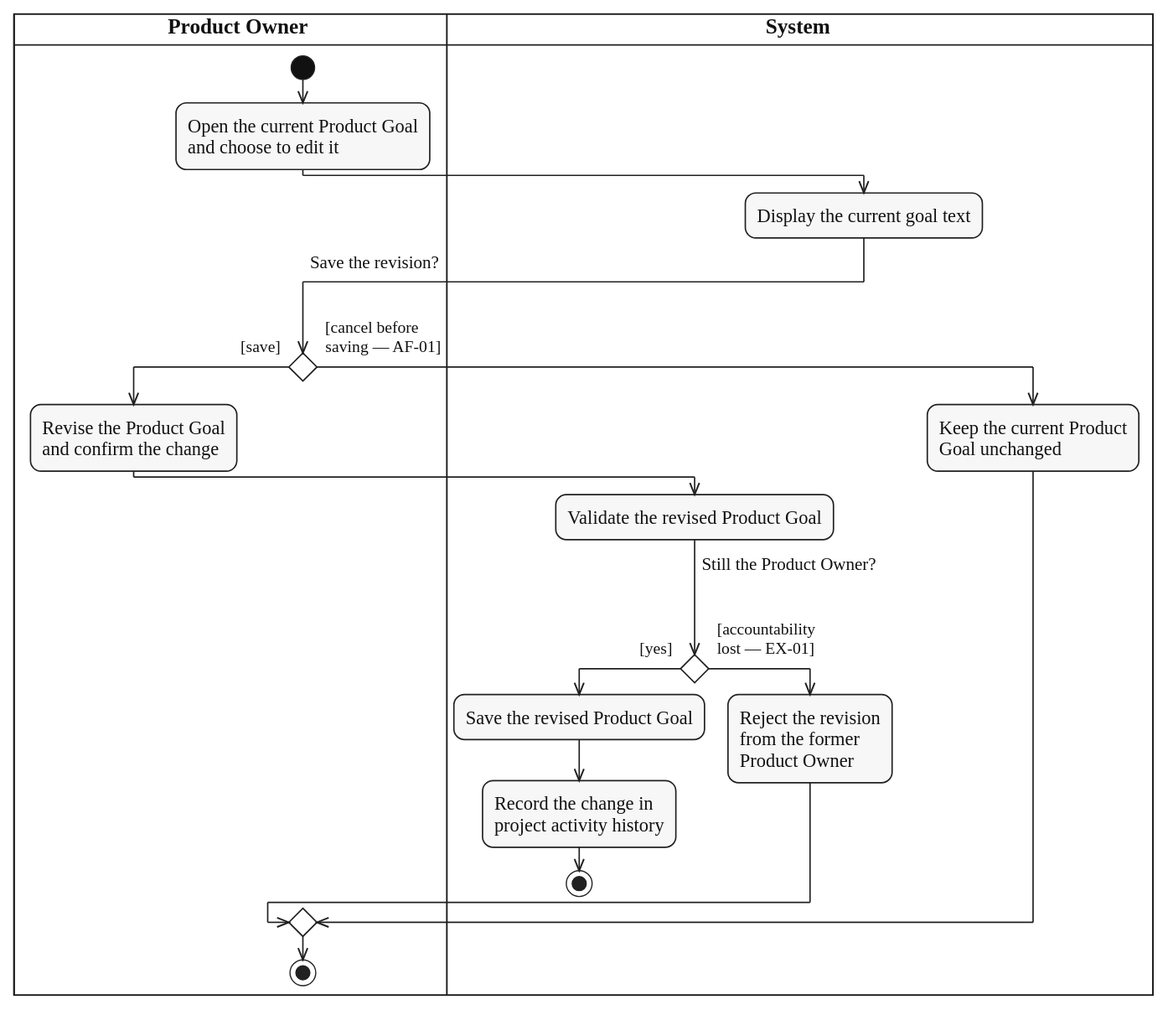
This is diagrams/activity/product-backlog/svg/UC-PRODUCT-GOAL-UPDATE.svg from lukenab/swd392-doc-automation, a PlantUML export, as it was before one commit. Its source is kept beside it as diagrams/activity/product-backlog/source/UC-PRODUCT-GOAL-UPDATE.puml.
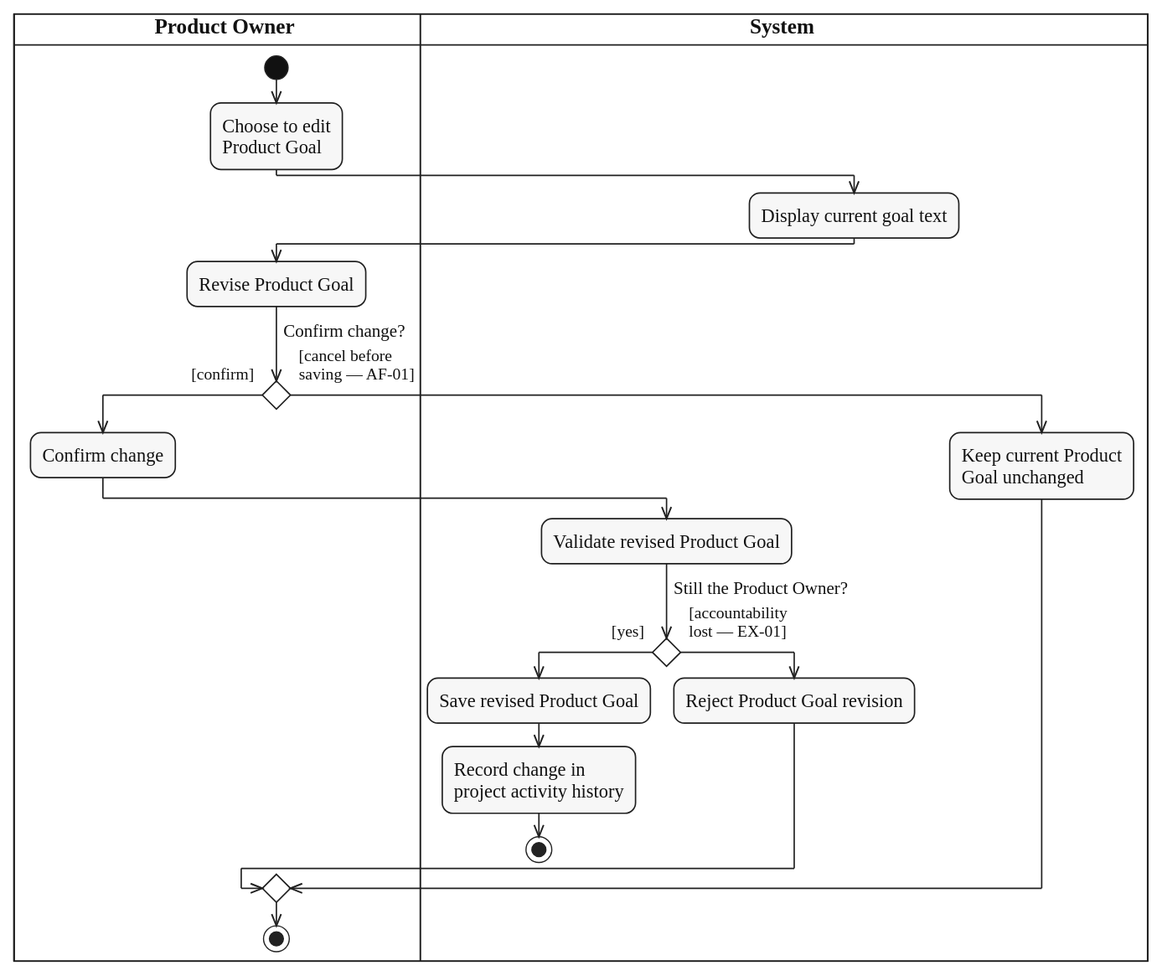
Above is the later version.

Change to the diagram source:
```diff
@@ -5,29 +5,27 @@
 
 |PRO|
 start
-:Open the current Product Goal
-and choose to edit it;
+:Choose to edit
+Product Goal;
 |SYS|
-:Display the current goal text;
+:Display current goal text;
 |PRO|
-if ($question_x("Save the revision?")) then ($guard_left("[save]"))
-  :Revise the Product Goal
-  and confirm the change;
+:Revise Product Goal;
+if ($question("Confirm change?")) then ($guard_left("[confirm]"))
+  :Confirm change;
   |SYS|
-  :Validate the revised Product Goal;
-  if ($question_x("Still the Product Owner?")) then ($guard_left("[yes]"))
-    :Save the revised Product Goal;
-    :Record the change in
+  :Validate revised Product Goal;
+  if ($question("Still the Product Owner?")) then ($guard_left("[yes]"))
+    :Save revised Product Goal;
+    :Record change in
     project activity history;
     stop
   else ($guard_right("[accountability", "lost — EX-01]"))
-    :Reject the revision
-    from the former
-    Product Owner;
+    :Reject Product Goal revision;
   endif
 else ($guard_right("[cancel before", "saving — AF-01]"))
   |SYS|
-  :Keep the current Product
+  :Keep current Product
   Goal unchanged;
 endif
 |PRO|
```
